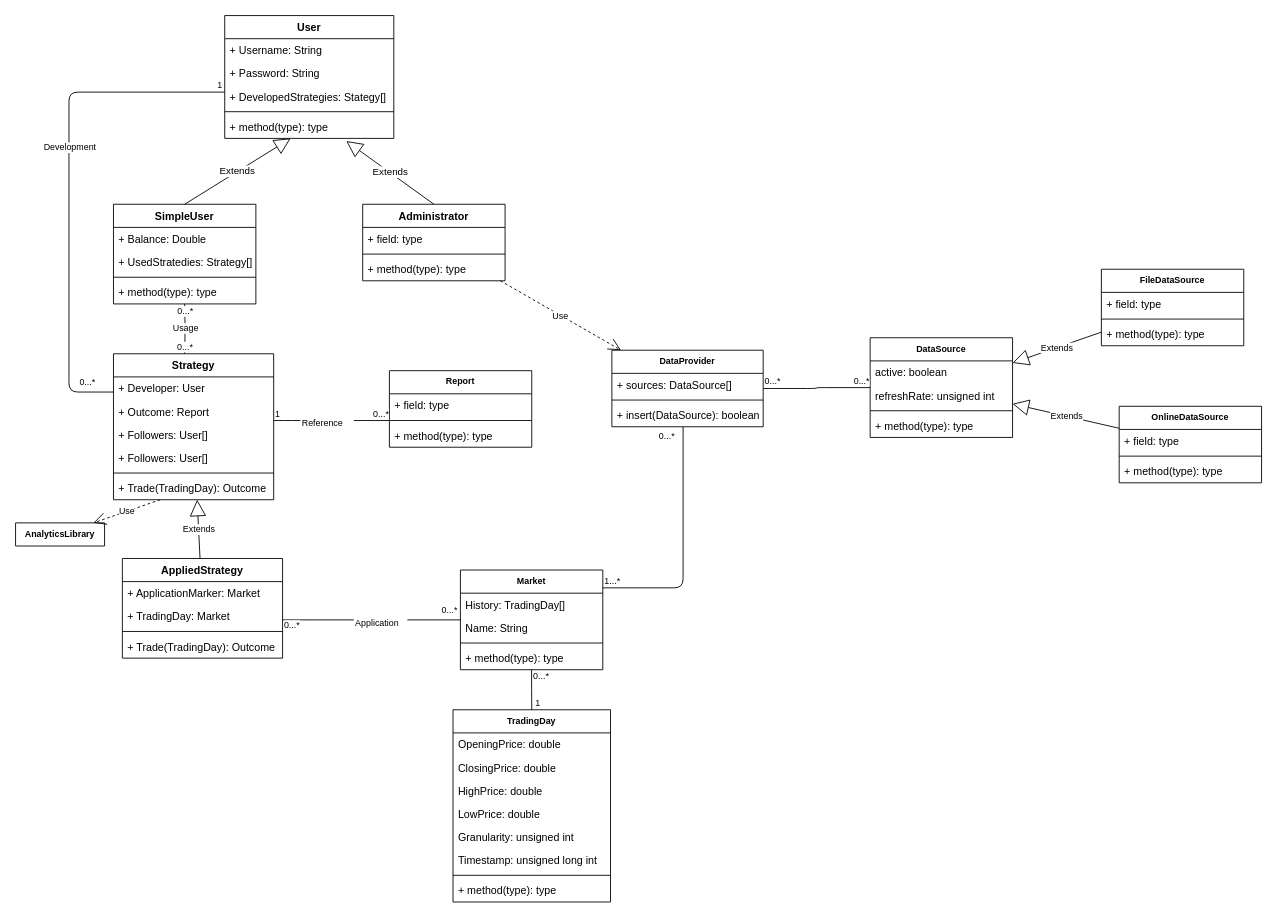
Earlier version of the draw.io diagram drawio/classes.drawio (nferrante1/lsmsd2). Source tidied: cells renumbered, new cells numbered last; positions are measured from the earlier drawing's top-left corner, leaving out a move shared by most shapes. Both pictures are drawn from the tidied source at 89%, with x=0, y=0 at pixel (15, 15).
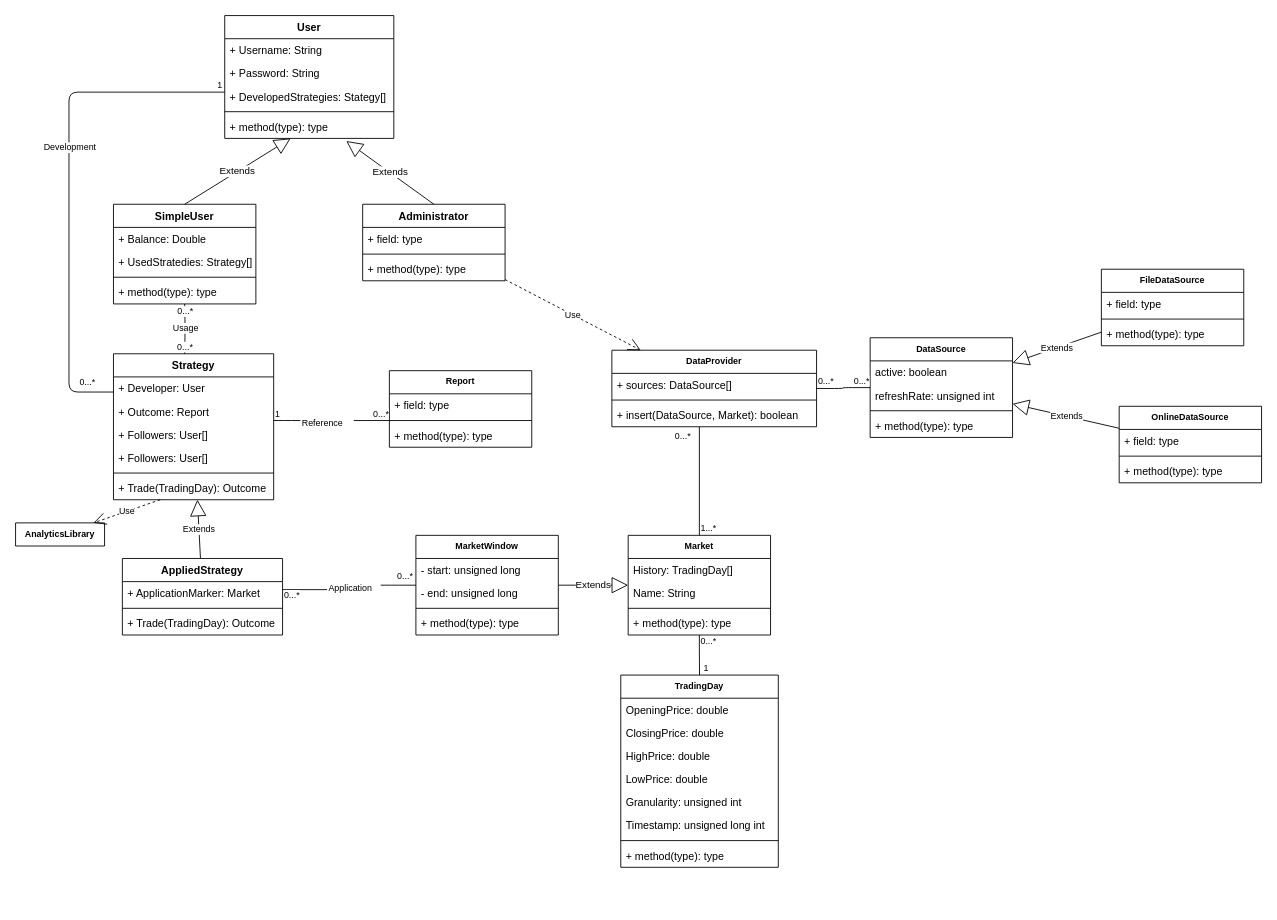
The same page after the edit.

Change to the diagram source:
```diff
@@
-    <mxCell id="2" style="endArrow=none;html=1;edgeStyle=orthogonalEdgeStyle;fontSize=10;" parent="1" edge="1" source="97" target="33">
+    <mxCell id="2" style="endArrow=none;html=1;edgeStyle=orthogonalEdgeStyle;fontSize=10;" parent="1" edge="1" source="97" target="100">
       <mxGeometry relative="1" as="geometry">
         <Array as="points">
-          <mxPoint x="380" y="679" />
-          <mxPoint x="380" y="679" />
+          <mxPoint x="420" y="640" />
+          <mxPoint x="420" y="640" />
         </Array>
       </mxGeometry>
     </mxCell>
@@
     <mxCell id="33" value="Market" style="swimlane;fontStyle=1;align=center;verticalAlign=top;horizontal=1;startSize=26;fontSize=10;" parent="1" vertex="1">
-      <mxGeometry x="499.8" y="623" width="160" height="112" as="geometry" />
+      <mxGeometry x="688.3" y="584" width="160" height="112" as="geometry" />
     </mxCell>
@@
     <mxCell id="44" value="DataProvider" style="swimlane;fontStyle=1;align=center;verticalAlign=top;horizontal=1;startSize=26;fillColor=#ffffff;fontSize=10;" parent="1" vertex="1">
-      <mxGeometry x="670" y="376" width="170" height="86" as="geometry" />
+      <mxGeometry x="670" y="376" width="230" height="86" as="geometry" />
     </mxCell>
     <mxCell id="45" value="+ sources: DataSource[]" style="text;strokeColor=none;fillColor=none;align=left;verticalAlign=top;spacingLeft=4;spacingRight=4;overflow=hidden;" parent="44" vertex="1">
-      <mxGeometry y="26" width="170" height="26" as="geometry" />
+      <mxGeometry y="26" width="230" height="26" as="geometry" />
     </mxCell>
     <mxCell id="46" style="line;strokeWidth=1;fillColor=none;align=left;verticalAlign=middle;spacingTop=-1;spacingLeft=3;spacingRight=3;labelPosition=right;" parent="44" vertex="1">
-      <mxGeometry y="52" width="170" height="8" as="geometry" />
+      <mxGeometry y="52" width="230" height="8" as="geometry" />
     </mxCell>
-    <mxCell id="47" value="+ insert(DataSource): boolean" style="text;strokeColor=none;fillColor=none;align=left;verticalAlign=top;spacingLeft=4;spacingRight=4;overflow=hidden;" parent="44" vertex="1">
-      <mxGeometry y="60" width="170" height="26" as="geometry" />
+    <mxCell id="47" value="+ insert(DataSource, Market): boolean" style="text;strokeColor=none;fillColor=none;align=left;verticalAlign=top;spacingLeft=4;spacingRight=4;overflow=hidden;" parent="44" vertex="1">
+      <mxGeometry y="60" width="230" height="26" as="geometry" />
     </mxCell>
@@
     <mxCell id="55" value="TradingDay" style="swimlane;fontStyle=1;align=center;verticalAlign=top;horizontal=1;startSize=26;fontSize=10;" parent="1" vertex="1">
-      <mxGeometry x="491.5" y="780" width="177" height="216" as="geometry" />
+      <mxGeometry x="680" y="741" width="177" height="216" as="geometry" />
     </mxCell>
@@
     <mxCell id="65" value="AppliedStrategy" style="swimlane;fontStyle=1;align=center;verticalAlign=top;horizontal=1;startSize=26;" parent="1" vertex="1">
-      <mxGeometry x="120" y="610" width="180" height="112" as="geometry" />
+      <mxGeometry x="120" y="610" width="180" height="86" as="geometry" />
     </mxCell>
@@
-    <mxCell id="67" value="+ TradingDay: Market" style="text;strokeColor=none;fillColor=none;align=left;verticalAlign=top;spacingLeft=4;spacingRight=4;overflow=hidden;" parent="65" vertex="1">
-      <mxGeometry y="52" width="180" height="26" as="geometry" />
-    </mxCell>
     <mxCell id="68" style="line;strokeWidth=1;fillColor=none;align=left;verticalAlign=middle;spacingTop=-1;spacingLeft=3;spacingRight=3;labelPosition=right;" parent="65" vertex="1">
-      <mxGeometry y="78" width="180" height="8" as="geometry" />
+      <mxGeometry y="52" width="180" height="8" as="geometry" />
     </mxCell>
     <mxCell id="69" value="+ Trade(TradingDay): Outcome" style="text;strokeColor=none;fillColor=none;align=left;verticalAlign=top;spacingLeft=4;spacingRight=4;overflow=hidden;" parent="65" vertex="1">
-      <mxGeometry y="86" width="180" height="26" as="geometry" />
+      <mxGeometry y="60" width="180" height="26" as="geometry" />
     </mxCell>
@@
     <mxCell id="97" value="Application" style="text;html=1;points=[];align=left;verticalAlign=top;spacingTop=-4;fontSize=10;fillColor=#ffffff;" parent="1" vertex="1">
-      <mxGeometry x="380" y="674" width="60" height="10" as="geometry" />
+      <mxGeometry x="350" y="635" width="60" height="10" as="geometry" />
     </mxCell>
     <mxCell id="98" style="endArrow=none;html=1;edgeStyle=orthogonalEdgeStyle;fontSize=10;" parent="1" edge="1" source="65" target="97">
       <mxGeometry relative="1" as="geometry">
         <Array as="points">
-          <mxPoint x="330" y="679" />
-          <mxPoint x="330" y="679" />
+          <mxPoint x="350" y="644" />
         </Array>
       </mxGeometry>
     </mxCell>
@@
+    <mxCell id="100" value="MarketWindow" style="swimlane;fontStyle=1;align=center;verticalAlign=top;horizontal=1;startSize=26;fontSize=10;" parent="1" vertex="1">
+      <mxGeometry x="449.8" y="584" width="160" height="112" as="geometry" />
+    </mxCell>
+    <mxCell id="101" value="- start: unsigned long" style="text;strokeColor=none;fillColor=none;align=left;verticalAlign=top;spacingLeft=4;spacingRight=4;overflow=hidden;" parent="100" vertex="1">
+      <mxGeometry y="26" width="160" height="26" as="geometry" />
+    </mxCell>
+    <mxCell id="102" value="- end: unsigned long" style="text;strokeColor=none;fillColor=none;align=left;verticalAlign=top;spacingLeft=4;spacingRight=4;overflow=hidden;" parent="100" vertex="1">
+      <mxGeometry y="52" width="160" height="26" as="geometry" />
+    </mxCell>
+    <mxCell id="103" style="line;strokeWidth=1;fillColor=none;align=left;verticalAlign=middle;spacingTop=-1;spacingLeft=3;spacingRight=3;labelPosition=right;" parent="100" vertex="1">
+      <mxGeometry y="78" width="160" height="8" as="geometry" />
+    </mxCell>
+    <mxCell id="104" value="+ method(type): type" style="text;strokeColor=none;fillColor=none;align=left;verticalAlign=top;spacingLeft=4;spacingRight=4;overflow=hidden;" parent="100" vertex="1">
+      <mxGeometry y="86" width="160" height="26" as="geometry" />
+    </mxCell>
+    <mxCell id="105" value="Extends" style="endArrow=block;endSize=16;endFill=0;html=1;" parent="1" edge="1" source="100" target="33">
+      <mxGeometry relative="1" as="geometry" />
+    </mxCell>
```
